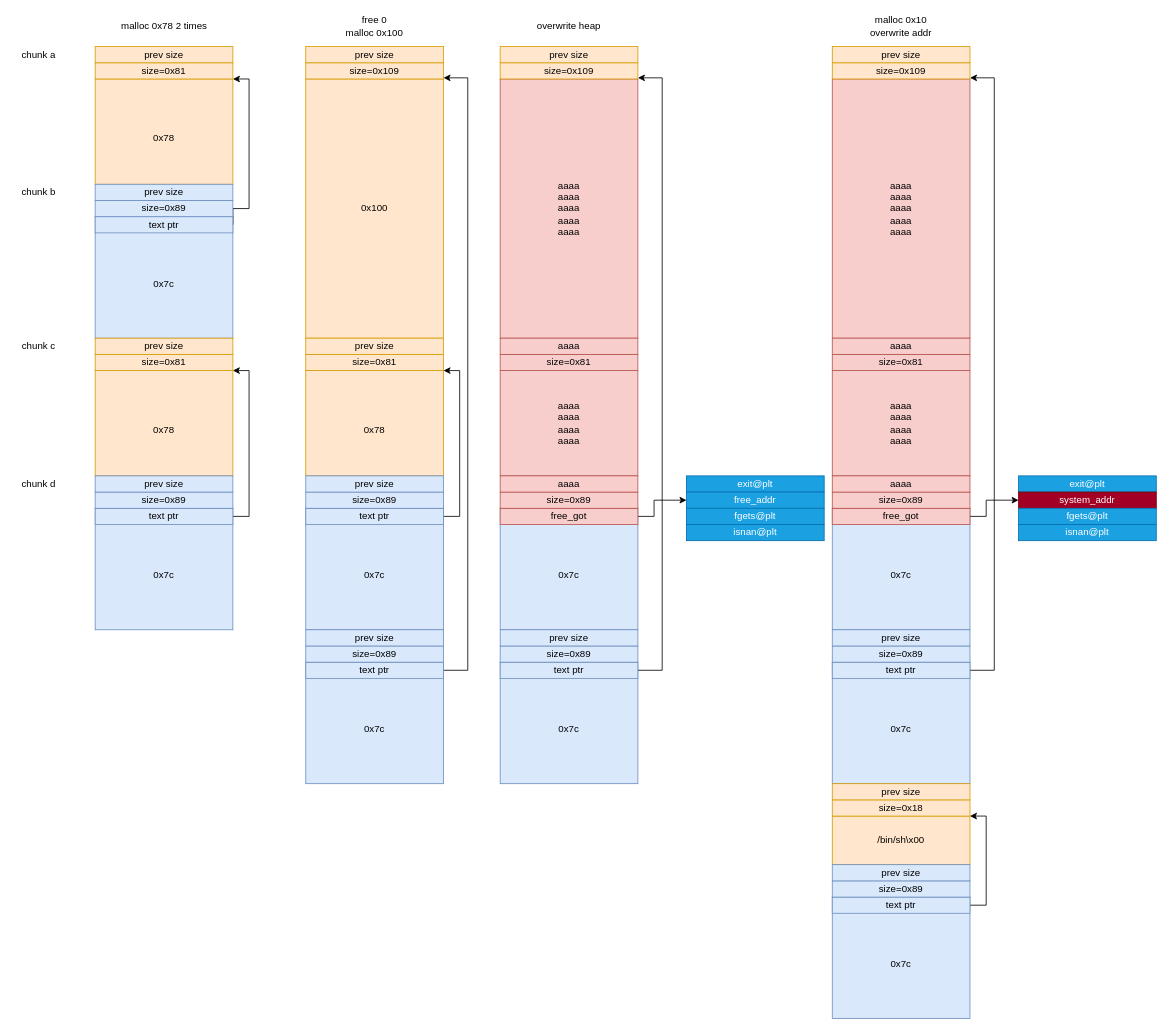
Before: blog/babyfengshui_33c3_2016.drawio in Zephyrccc/ImageHostingService, a draw.io diagram. Source tidied: cells renumbered, new cells numbered last; positions are measured from the earlier drawing's top-left corner, leaving out a move shared by most shapes. Both pictures are drawn from the tidied source at 81%, with x=0, y=0 at pixel (14, 14).
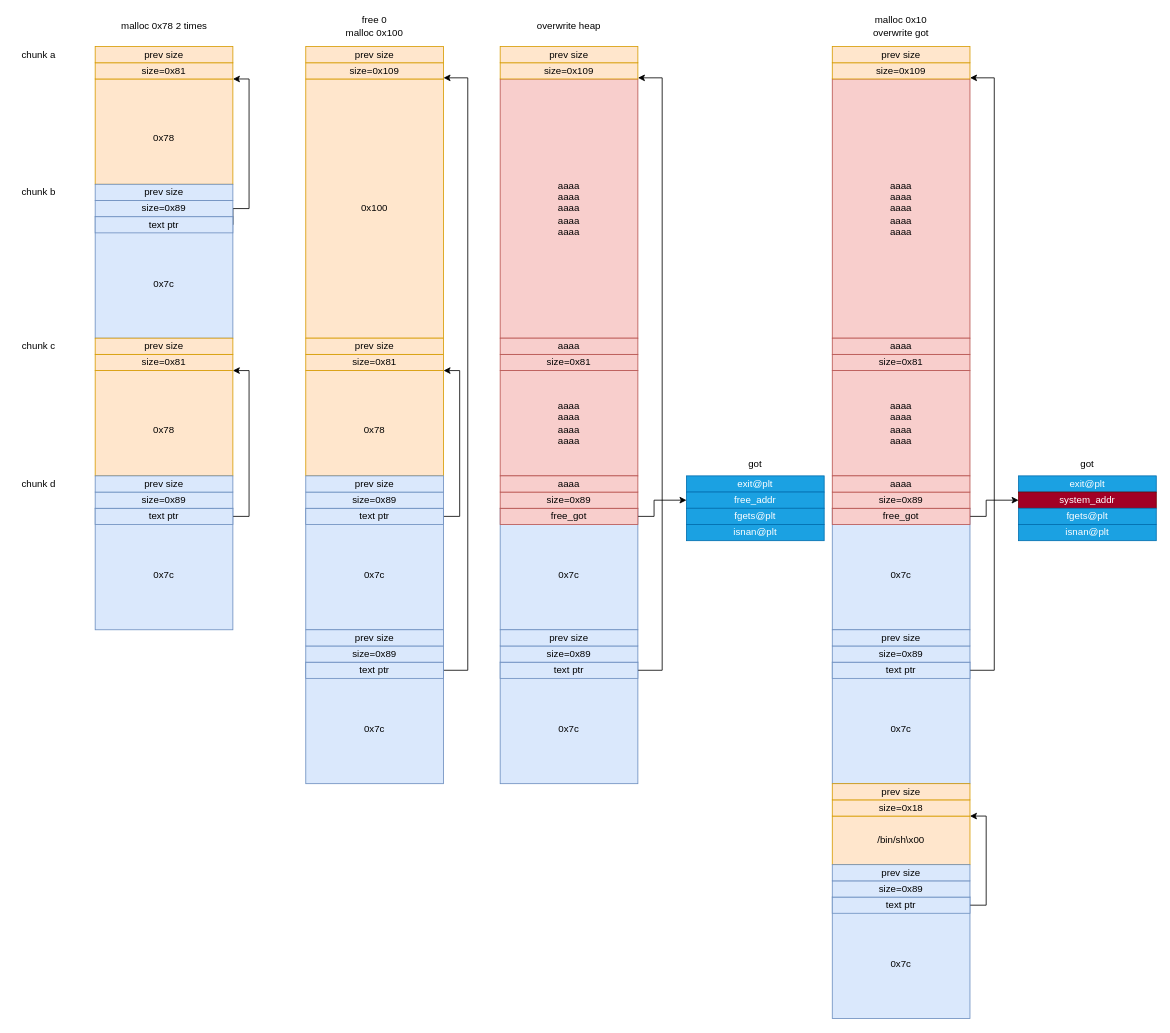
Above is the later version.

Change to the diagram source:
```diff
@@
-    <mxCell id="65" value="malloc 0x10&lt;br&gt;overwrite addr" style="text;html=1;strokeColor=none;fillColor=none;align=center;verticalAlign=middle;whiteSpace=wrap;rounded=0;" parent="1" vertex="1">
+    <mxCell id="65" value="malloc 0x10&lt;br&gt;overwrite got" style="text;html=1;strokeColor=none;fillColor=none;align=center;verticalAlign=middle;whiteSpace=wrap;rounded=0;" parent="1" vertex="1">
       <mxGeometry x="1045" width="100" height="30" as="geometry" />
     </mxCell>
@@
+    <mxCell id="92" value="got" style="text;html=1;strokeColor=none;fillColor=none;align=center;verticalAlign=middle;whiteSpace=wrap;rounded=0;" parent="1" vertex="1">
+      <mxGeometry x="885" y="540" width="60" height="30" as="geometry" />
+    </mxCell>
+    <mxCell id="93" value="got" style="text;html=1;strokeColor=none;fillColor=none;align=center;verticalAlign=middle;whiteSpace=wrap;rounded=0;" parent="1" vertex="1">
+      <mxGeometry x="1295" y="540" width="60" height="30" as="geometry" />
+    </mxCell>
```
